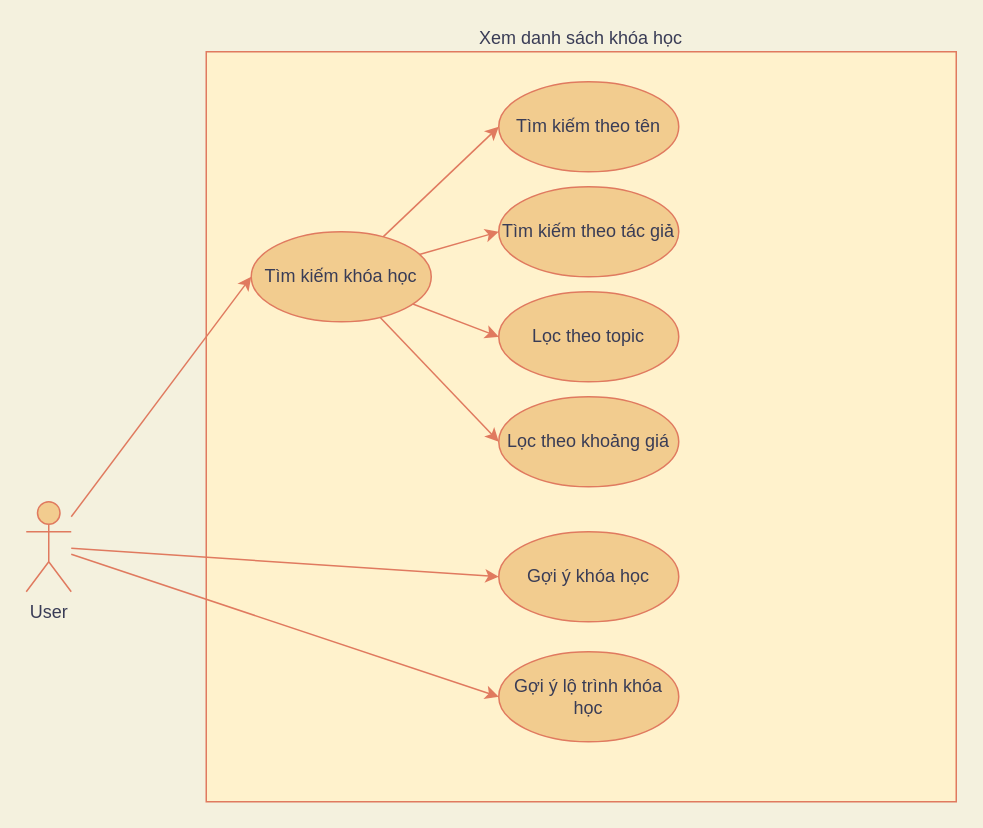
Before: page "viewlistcourse" (2 of 3) of docs/decomposition/authenticate.drawio in SownBanana/HUST-graduate-project, a draw.io diagram. Source tidied: cells renumbered, new cells numbered last; positions are measured from the earlier drawing's top-left corner, leaving out a move shared by most shapes. Both pictures are drawn from the tidied source at 150%, with x=0, y=0 at pixel (26, 51).
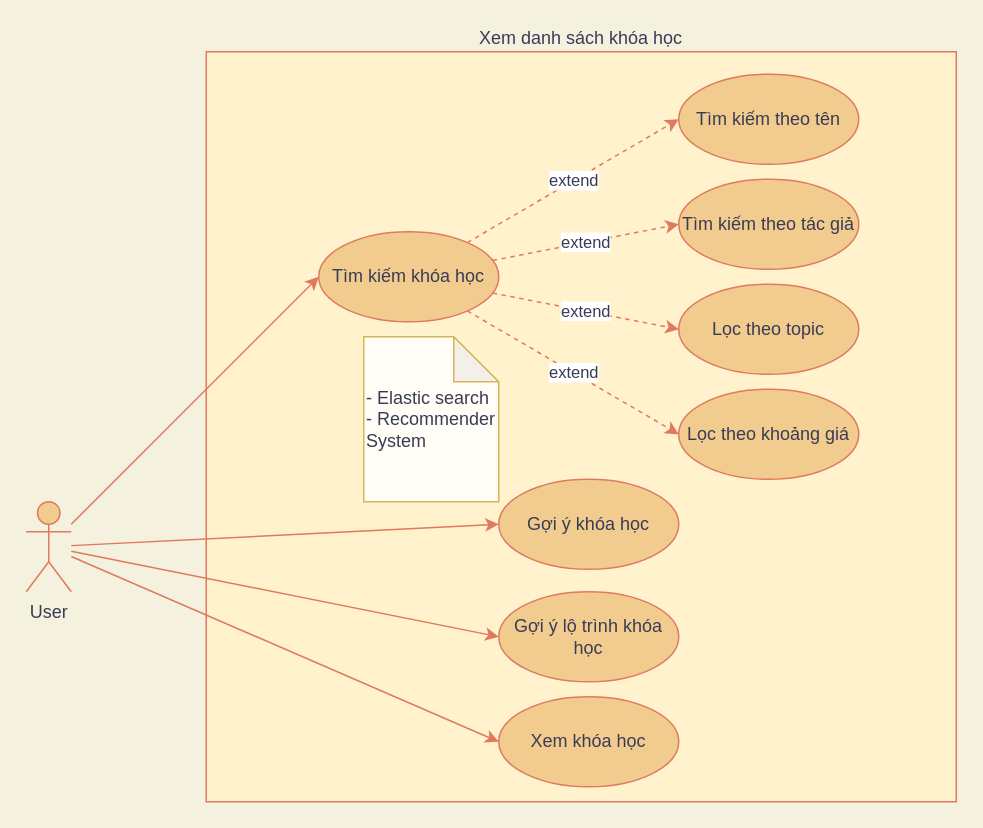
After the change.

The change refers to these unchanged cells:
```xml
<mxCell id="6" value="User" style="shape=umlActor;verticalLabelPosition=bottom;verticalAlign=top;html=1;outlineConnect=0;fillColor=#F2CC8F;strokeColor=#E07A5F;fontColor=#393C56;" parent="1" vertex="1">
  <mxGeometry y="300" width="30" height="60" as="geometry" />
</mxCell>
```

Diff of the diagram source:
```diff
@@
+    <mxCell id="18" style="edgeStyle=none;rounded=1;sketch=0;jettySize=auto;html=1;entryX=0;entryY=0.5;entryDx=0;entryDy=0;strokeColor=#E07A5F;fillColor=#F2CC8F;fontColor=#393C56;" parent="1" edge="1" source="6" target="19">
+      <mxGeometry relative="1" as="geometry" />
+    </mxCell>
@@
     <mxCell id="7" value="Lọc theo topic" style="ellipse;whiteSpace=wrap;html=1;rounded=0;sketch=0;strokeColor=#E07A5F;fillColor=#F2CC8F;fontColor=#393C56;" parent="1" vertex="1">
-      <mxGeometry x="315" y="160" width="120" height="60" as="geometry" />
+      <mxGeometry x="435" y="155" width="120" height="60" as="geometry" />
     </mxCell>
     <mxCell id="8" value="Tìm kiếm theo tên" style="ellipse;whiteSpace=wrap;html=1;rounded=0;sketch=0;strokeColor=#E07A5F;fillColor=#F2CC8F;fontColor=#393C56;" parent="1" vertex="1">
-      <mxGeometry x="315" y="20" width="120" height="60" as="geometry" />
+      <mxGeometry x="435" y="15" width="120" height="60" as="geometry" />
     </mxCell>
     <mxCell id="9" value="Tìm kiếm theo tác giả" style="ellipse;whiteSpace=wrap;html=1;rounded=0;sketch=0;strokeColor=#E07A5F;fillColor=#F2CC8F;fontColor=#393C56;" parent="1" vertex="1">
-      <mxGeometry x="315" y="90" width="120" height="60" as="geometry" />
+      <mxGeometry x="435" y="85" width="120" height="60" as="geometry" />
     </mxCell>
     <mxCell id="10" value="Gợi ý lộ trình khóa học" style="ellipse;whiteSpace=wrap;html=1;rounded=0;sketch=0;strokeColor=#E07A5F;fillColor=#F2CC8F;fontColor=#393C56;" parent="1" vertex="1">
-      <mxGeometry x="315" y="400" width="120" height="60" as="geometry" />
+      <mxGeometry x="315" y="360" width="120" height="60" as="geometry" />
     </mxCell>
     <mxCell id="11" value="Gợi ý khóa học" style="ellipse;whiteSpace=wrap;html=1;rounded=0;sketch=0;strokeColor=#E07A5F;fillColor=#F2CC8F;fontColor=#393C56;" parent="1" vertex="1">
-      <mxGeometry x="315" y="320" width="120" height="60" as="geometry" />
+      <mxGeometry x="315" y="285" width="120" height="60" as="geometry" />
     </mxCell>
-    <mxCell id="12" style="edgeStyle=none;rounded=1;sketch=0;jettySize=auto;html=1;entryX=0;entryY=0.5;entryDx=0;entryDy=0;strokeColor=#E07A5F;fillColor=#F2CC8F;fontColor=#393C56;" parent="1" edge="1" source="16" target="8">
+    <mxCell id="12" value="extend" style="edgeStyle=none;rounded=1;sketch=0;jettySize=auto;html=1;entryX=0;entryY=0.5;entryDx=0;entryDy=0;strokeColor=#E07A5F;fillColor=#F2CC8F;fontColor=#393C56;dashed=1;" parent="1" edge="1" source="16" target="8">
       <mxGeometry relative="1" as="geometry" />
     </mxCell>
-    <mxCell id="13" style="edgeStyle=none;rounded=1;sketch=0;jettySize=auto;html=1;entryX=0;entryY=0.5;entryDx=0;entryDy=0;strokeColor=#E07A5F;fillColor=#F2CC8F;fontColor=#393C56;" parent="1" edge="1" source="16" target="7">
+    <mxCell id="13" value="extend" style="edgeStyle=none;rounded=1;sketch=0;jettySize=auto;html=1;entryX=0;entryY=0.5;entryDx=0;entryDy=0;strokeColor=#E07A5F;fillColor=#F2CC8F;fontColor=#393C56;dashed=1;" parent="1" edge="1" source="16" target="7">
       <mxGeometry relative="1" as="geometry" />
     </mxCell>
-    <mxCell id="14" style="edgeStyle=none;rounded=1;sketch=0;jettySize=auto;html=1;entryX=0;entryY=0.5;entryDx=0;entryDy=0;strokeColor=#E07A5F;fillColor=#F2CC8F;fontColor=#393C56;" parent="1" edge="1" source="16" target="9">
+    <mxCell id="14" value="extend" style="edgeStyle=none;rounded=1;sketch=0;jettySize=auto;html=1;entryX=0;entryY=0.5;entryDx=0;entryDy=0;strokeColor=#E07A5F;fillColor=#F2CC8F;fontColor=#393C56;dashed=1;" parent="1" edge="1" source="16" target="9">
       <mxGeometry relative="1" as="geometry" />
     </mxCell>
-    <mxCell id="15" style="edgeStyle=none;rounded=1;sketch=0;jettySize=auto;html=1;entryX=0;entryY=0.5;entryDx=0;entryDy=0;strokeColor=#E07A5F;fillColor=#F2CC8F;fontColor=#393C56;" parent="1" edge="1" source="16" target="17">
+    <mxCell id="15" value="extend" style="edgeStyle=none;rounded=1;sketch=0;jettySize=auto;html=1;entryX=0;entryY=0.5;entryDx=0;entryDy=0;strokeColor=#E07A5F;fillColor=#F2CC8F;fontColor=#393C56;dashed=1;" parent="1" edge="1" source="16" target="17">
       <mxGeometry relative="1" as="geometry" />
     </mxCell>
     <mxCell id="16" value="Tìm kiếm khóa học" style="ellipse;whiteSpace=wrap;html=1;rounded=0;sketch=0;strokeColor=#E07A5F;fillColor=#F2CC8F;fontColor=#393C56;" parent="1" vertex="1">
-      <mxGeometry x="150" y="120" width="120" height="60" as="geometry" />
+      <mxGeometry x="195" y="120" width="120" height="60" as="geometry" />
     </mxCell>
     <mxCell id="17" value="Lọc theo khoảng giá" style="ellipse;whiteSpace=wrap;html=1;rounded=0;sketch=0;strokeColor=#E07A5F;fillColor=#F2CC8F;fontColor=#393C56;" parent="1" vertex="1">
-      <mxGeometry x="315" y="230" width="120" height="60" as="geometry" />
+      <mxGeometry x="435" y="225" width="120" height="60" as="geometry" />
     </mxCell>
+    <mxCell id="19" value="Xem khóa học" style="ellipse;whiteSpace=wrap;html=1;rounded=0;sketch=0;strokeColor=#E07A5F;fillColor=#F2CC8F;fontColor=#393C56;" parent="1" vertex="1">
+      <mxGeometry x="315" y="430" width="120" height="60" as="geometry" />
+    </mxCell>
+    <mxCell id="20" value="- Elastic search&lt;br&gt;- Recommender System" style="shape=note;whiteSpace=wrap;html=1;backgroundOutline=1;darkOpacity=0.05;rounded=0;sketch=0;strokeColor=#d6b656;align=left;fontColor=#393C56;fillColor=#FFFDF5;" parent="1" vertex="1">
+      <mxGeometry x="225" y="190" width="90" height="110" as="geometry" />
+    </mxCell>
```
